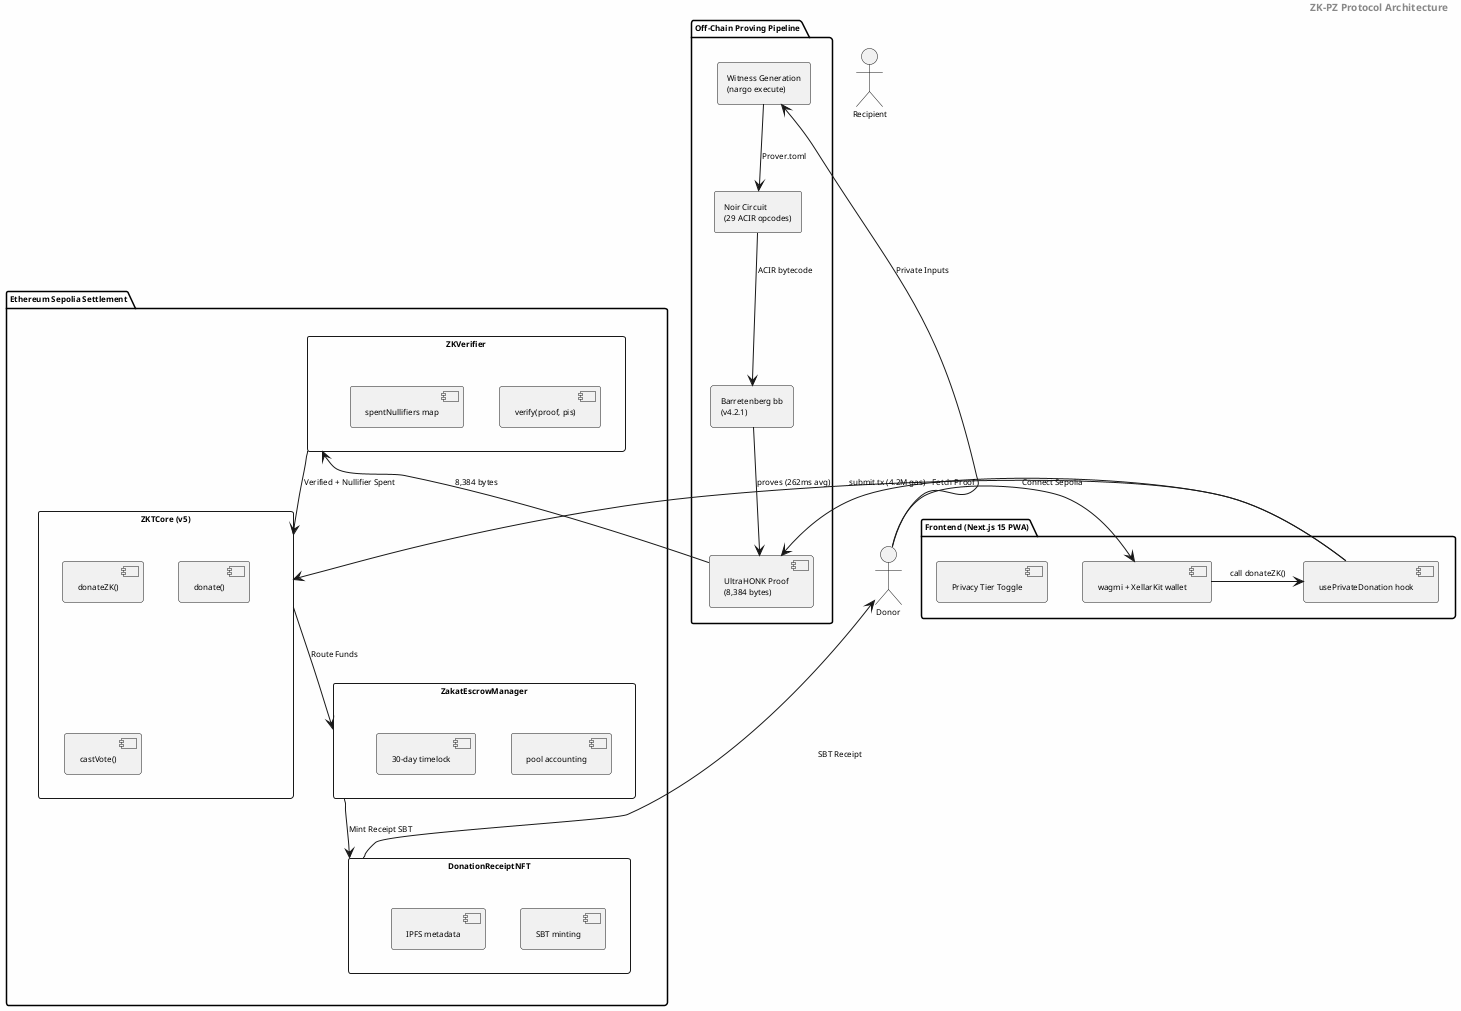
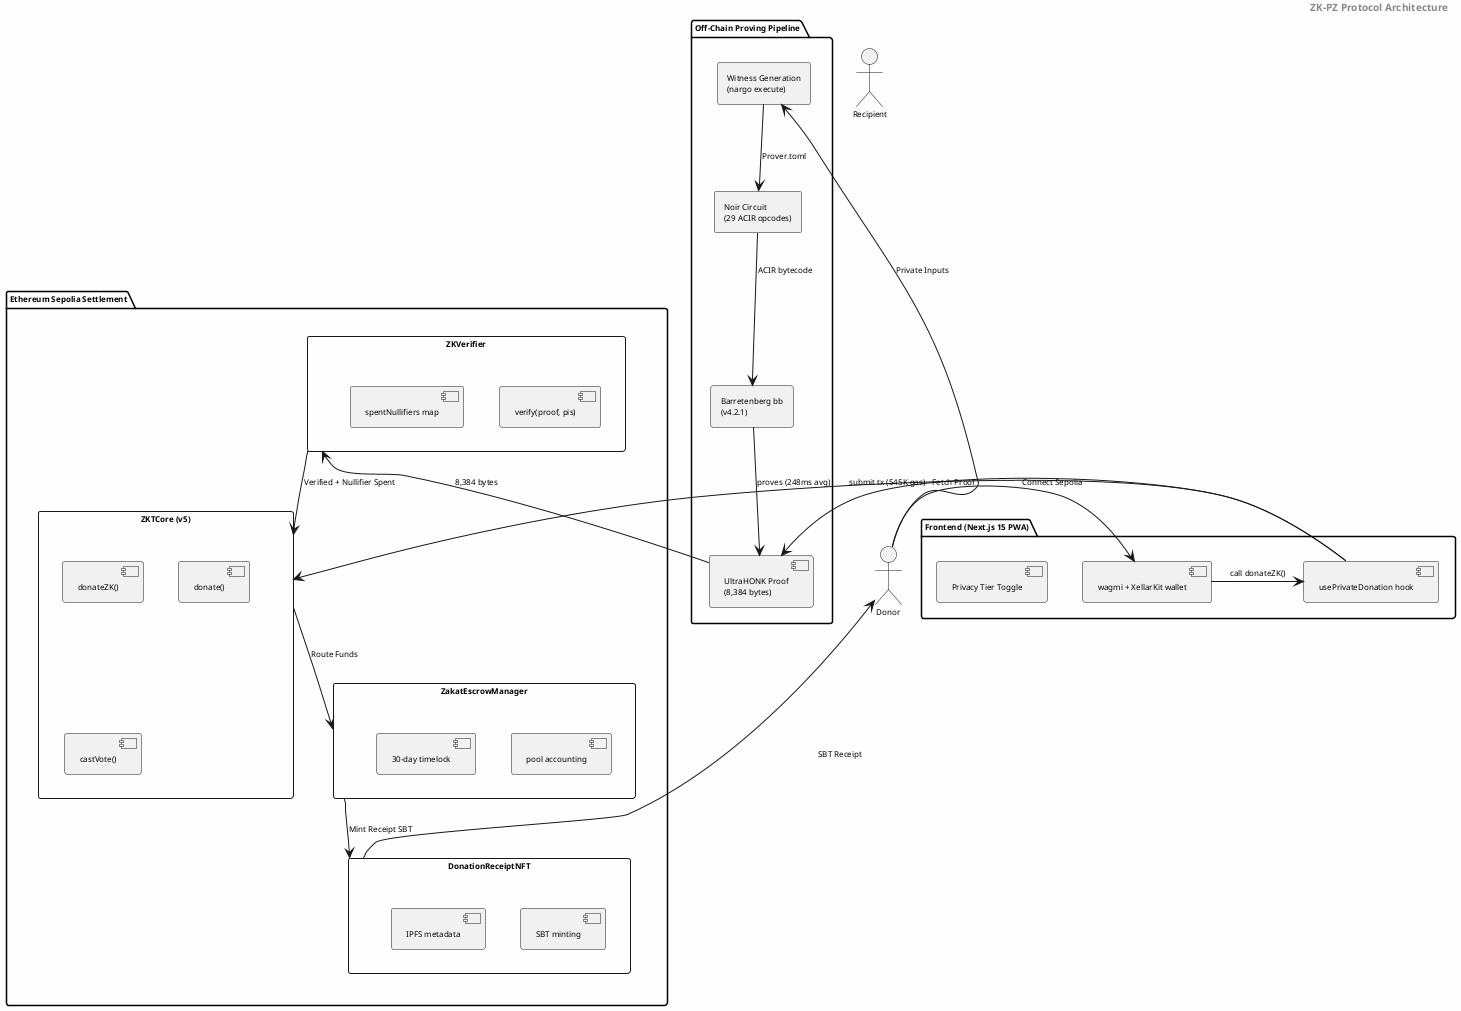
@startuml
skinparam backgroundColor #FEFEFE
skinparam shadowing false
skinparam defaultFontName Arial
skinparam defaultFontSize 8
skinparam packagePadding 2
skinparam nodePadding 2

header <b>ZK-PZ Protocol Architecture</b>

actor Donor
actor Recipient

package "Off-Chain Proving Pipeline" {
  rectangle "Noir Circuit\n(29 ACIR opcodes)" as Circuit
  rectangle "Barretenberg bb\n(v4.2.1)" as BB
  rectangle "Witness Generation\n(nargo execute)" as Witness
  component "UltraHONK Proof\n(8,384 bytes)" as Proof
}

package "Ethereum Sepolia Settlement" {
  rectangle "ZKVerifier" as Verifier {
    component "verify(proof, pis)"
    component "spentNullifiers map"
  }
  rectangle "ZKTCore (v5)" as Core {
    component "donateZK()"
    component "donate()"
    component "castVote()"
  }
  rectangle "ZakatEscrowManager" as Escrow {
    component "pool accounting"
    component "30-day timelock"
  }
  rectangle "DonationReceiptNFT" as NFT {
    component "SBT minting"
    component "IPFS metadata"
  }
}

package "Frontend (Next.js 15 PWA)" as FE {
  component "usePrivateDonation hook" as Hook
  component "Privacy Tier Toggle" as Toggle
  component "wagmi + XellarKit wallet" as Wallet
}

Donor --> Witness : Private Inputs
Witness --> Circuit : Prover.toml
Circuit --> BB : ACIR bytecode
- BB --> Proof : proves (262ms avg)
+ BB --> Proof : proves (248ms avg)
Proof --> Verifier : 8,384 bytes
Verifier --> Core : Verified + Nullifier Spent
Core --> Escrow : Route Funds
Escrow --> NFT : Mint Receipt SBT
NFT --> Donor : SBT Receipt

Donor -> Wallet : Connect Sepolia
Wallet -> Hook : call donateZK()
Hook -> Proof : Fetch Proof
- Hook -> Core : submit tx (4.2M gas)
+ Hook -> Core : submit tx (545K gas)

@enduml
